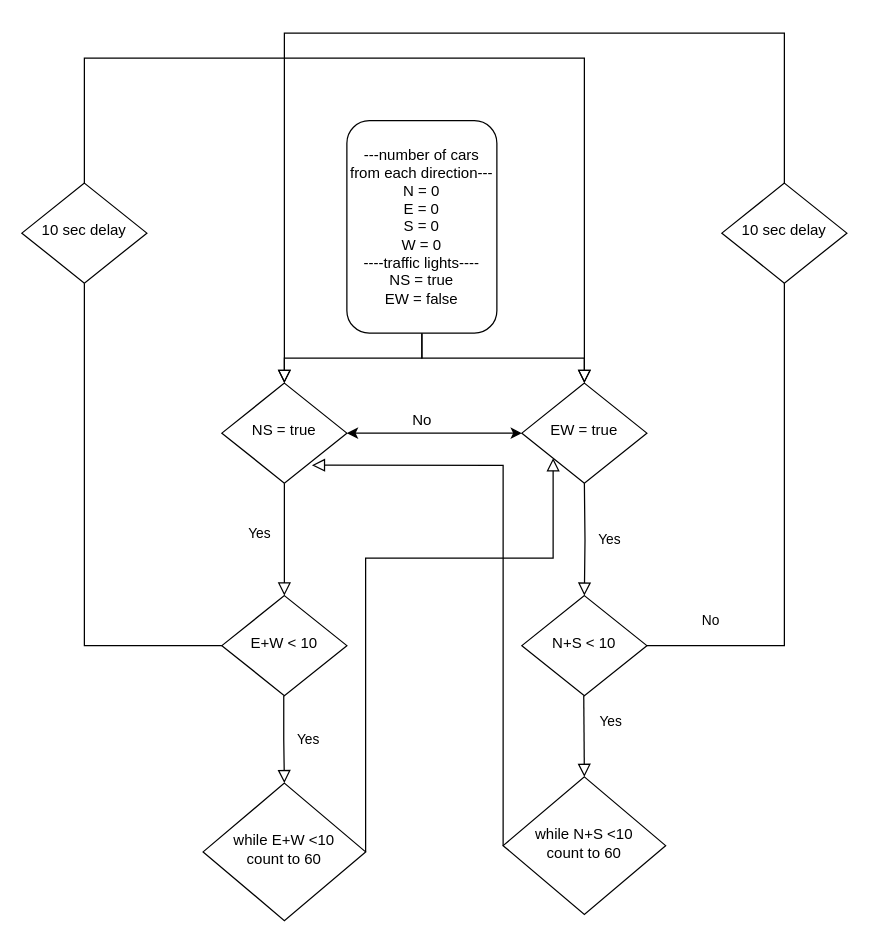
Earlier version of the draw.io diagram Schufer/crossroad.drawio (ChrisSchufer/FE21-Algorithms-DAY1-Christoph-Idris). Source tidied: cells renumbered, new cells numbered last; positions are measured from the earlier drawing's top-left corner, leaving out a move shared by most shapes. Both pictures are drawn from the tidied source at 125%, with x=0, y=0 at pixel (21, 32).
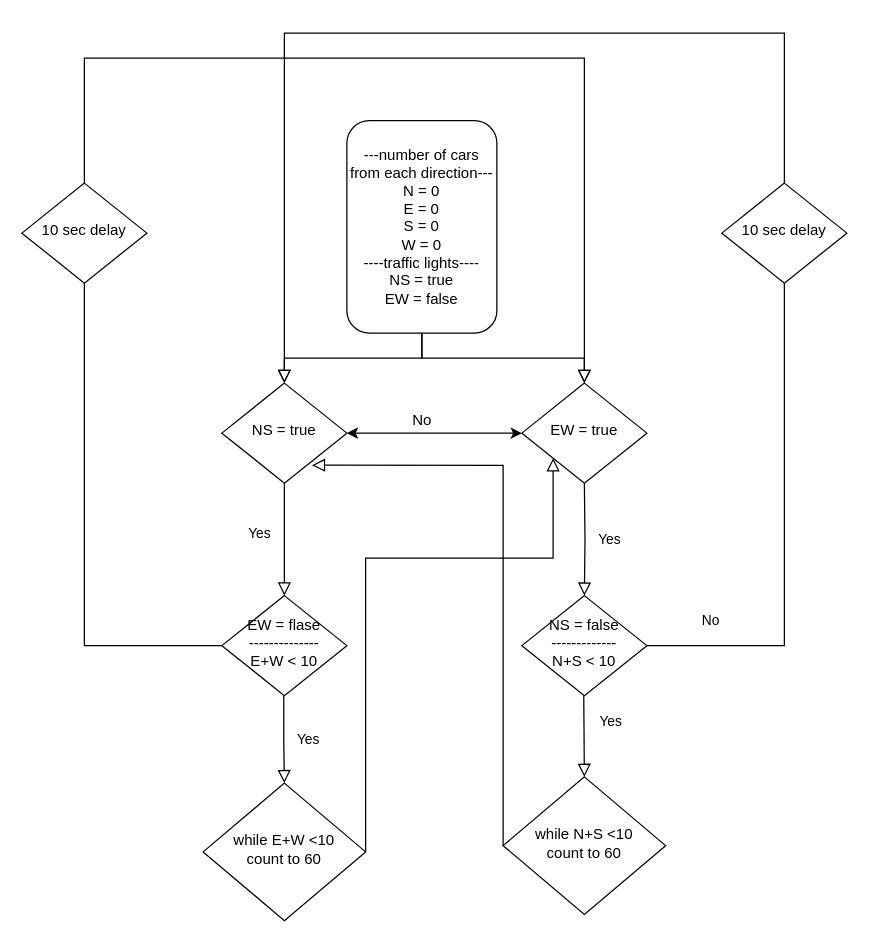
The same diagram, later.

The edit, as a diff of the source:
```diff
@@
-    <mxCell id="7" value="E+W &amp;lt; 10" style="rhombus;whiteSpace=wrap;html=1;shadow=0;fontFamily=Helvetica;fontSize=12;align=center;strokeWidth=1;spacing=6;spacingTop=-4;" parent="1" vertex="1">
+    <mxCell id="7" value="EW = flase&lt;br&gt;--------------&lt;br&gt;E+W &amp;lt; 10" style="rhombus;whiteSpace=wrap;html=1;shadow=0;fontFamily=Helvetica;fontSize=12;align=center;strokeWidth=1;spacing=6;spacingTop=-4;" parent="1" vertex="1">
       <mxGeometry x="160" y="450" width="100" height="80" as="geometry" />
     </mxCell>
@@
-    <mxCell id="13" value="N+S &amp;lt; 10" style="rhombus;whiteSpace=wrap;html=1;shadow=0;fontFamily=Helvetica;fontSize=12;align=center;strokeWidth=1;spacing=6;spacingTop=-4;" parent="1" vertex="1">
+    <mxCell id="13" value="NS = false&lt;br&gt;-------------&lt;br&gt;N+S &amp;lt; 10" style="rhombus;whiteSpace=wrap;html=1;shadow=0;fontFamily=Helvetica;fontSize=12;align=center;strokeWidth=1;spacing=6;spacingTop=-4;" parent="1" vertex="1">
       <mxGeometry x="400" y="450" width="100" height="80" as="geometry" />
     </mxCell>
```
